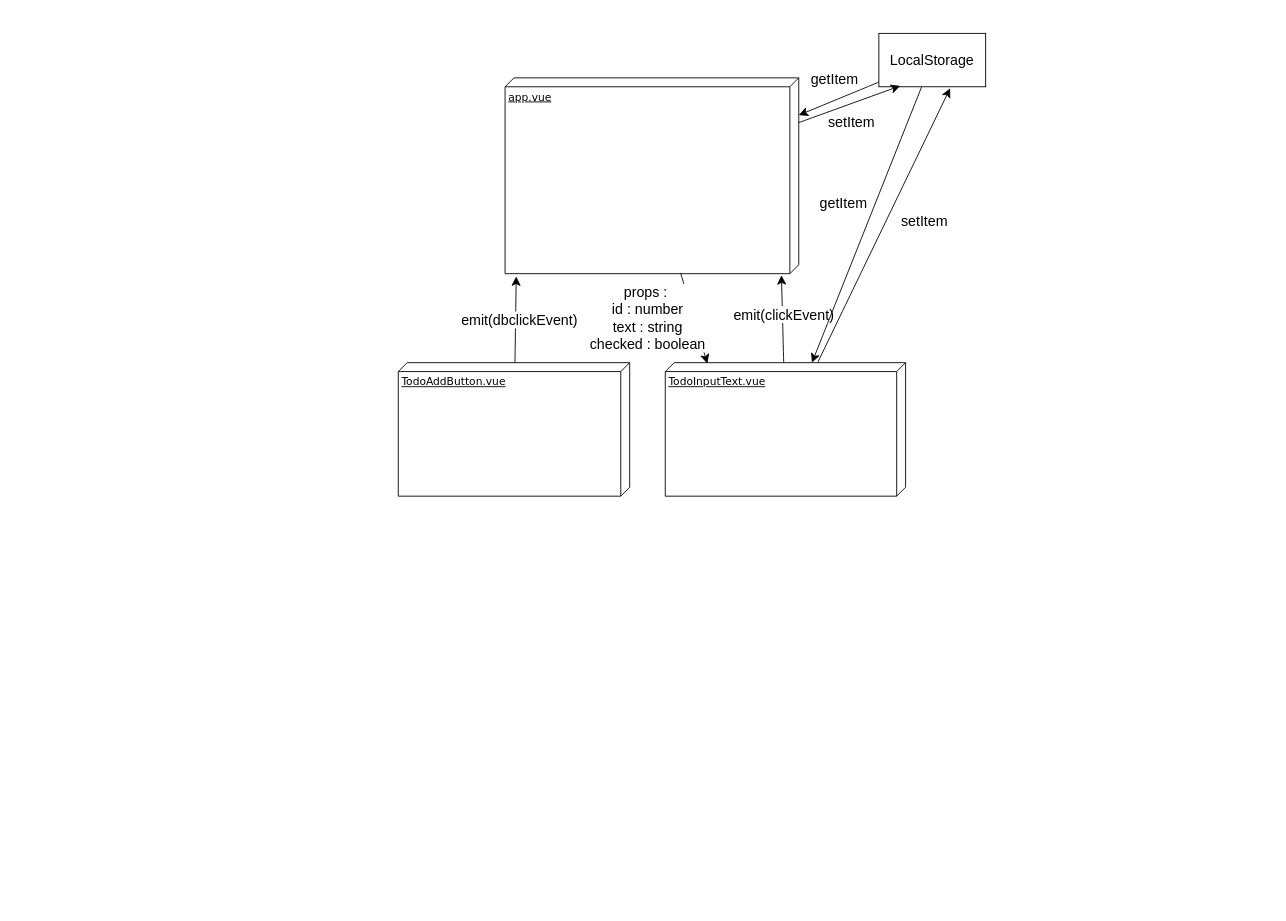
Before: vueTodo.drawio in MingGin/VueStudy, a draw.io diagram. Source tidied: cells renumbered, new cells numbered last; positions are measured from the earlier drawing's top-left corner, leaving out a move shared by most shapes. Both pictures are drawn from the tidied source at 89%, with x=0, y=0 at pixel (398, 33).
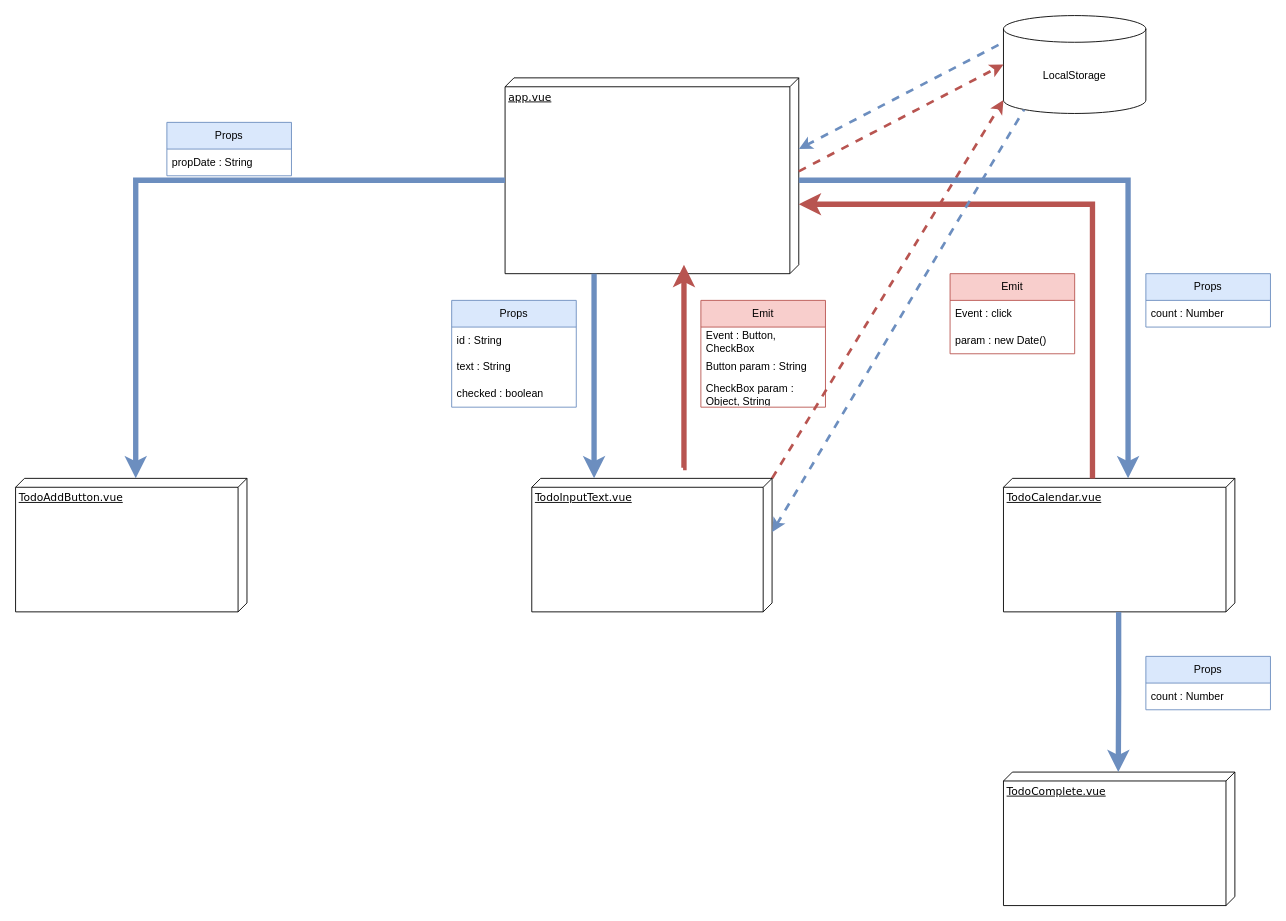
The same page after the edit.

The change refers to these unchanged cells:
```xml
<mxCell id="2" value="app.vue&lt;br&gt;" style="verticalAlign=top;align=left;spacingTop=8;spacingLeft=2;spacingRight=12;shape=cube;size=10;direction=south;fontStyle=4;html=1;rounded=0;shadow=0;comic=0;labelBackgroundColor=none;strokeWidth=1;fontFamily=Verdana;fontSize=12;" parent="1" vertex="1">
  <mxGeometry x="120" y="50" width="330" height="220" as="geometry" />
</mxCell>
```

The edit, as a diff of the source:
```diff
@@
+    <mxCell id="20" style="endArrow=classic;dashed=1;html=1;rounded=0;elbow=vertical;entryX=0;entryY=1;entryDx=0;entryDy=-15;entryPerimeter=0;strokeWidth=3;fillColor=#f8cecc;strokeColor=#b85450;endFill=1;" parent="1" edge="1" target="14">
+      <mxGeometry relative="1" as="geometry">
+        <mxPoint x="420" y="500" as="sourcePoint" />
+      </mxGeometry>
+    </mxCell>
@@
     <mxCell id="3" value="TodoAddButton.vue" style="verticalAlign=top;align=left;spacingTop=8;spacingLeft=2;spacingRight=12;shape=cube;size=10;direction=south;fontStyle=4;html=1;rounded=0;shadow=0;comic=0;labelBackgroundColor=none;strokeWidth=1;fontFamily=Verdana;fontSize=12;" parent="1" vertex="1">
-      <mxGeometry y="370" width="260" height="150" as="geometry" />
+      <mxGeometry x="-430" y="500" width="260" height="150" as="geometry" />
     </mxCell>
     <mxCell id="4" value="TodoInputText.vue" style="verticalAlign=top;align=left;spacingTop=8;spacingLeft=2;spacingRight=12;shape=cube;size=10;direction=south;fontStyle=4;html=1;rounded=0;shadow=0;comic=0;labelBackgroundColor=none;strokeWidth=1;fontFamily=Verdana;fontSize=12;" parent="1" vertex="1">
-      <mxGeometry x="300" y="370" width="270" height="150" as="geometry" />
+      <mxGeometry x="150" y="500" width="270" height="150" as="geometry" />
     </mxCell>
-    <mxCell id="5" style="edgeStyle=none;curved=1;rounded=0;jettySize=auto;html=1;entryX=1.008;entryY=0.059;entryDx=0;entryDy=0;entryPerimeter=0;fontSize=12;startSize=8;endSize=8;" parent="1" edge="1" source="4" target="2">
-      <mxGeometry relative="1" as="geometry" />
-    </mxCell>
-    <mxCell id="6" value="emit(clickEvent)" style="edgeLabel;html=1;align=center;verticalAlign=middle;fontSize=16;" parent="5" vertex="1">
-      <mxGeometry x="0.09" y="-1" relative="1" as="geometry" />
-    </mxCell>
-    <mxCell id="7" style="edgeStyle=none;curved=1;rounded=0;jettySize=auto;html=1;entryX=0.007;entryY=0.825;entryDx=0;entryDy=0;entryPerimeter=0;fontSize=12;startSize=8;endSize=8;" parent="1" edge="1" source="2" target="4">
-      <mxGeometry relative="1" as="geometry" />
-    </mxCell>
-    <mxCell id="8" value="props :&amp;nbsp;&lt;br&gt;id : number&lt;br&gt;text : string&lt;br&gt;checked : boolean" style="edgeLabel;html=1;align=center;verticalAlign=middle;fontSize=16;" parent="7" vertex="1">
-      <mxGeometry x="-0.44" y="2" relative="1" as="geometry">
-        <mxPoint x="-48" y="22" as="offset" />
-      </mxGeometry>
-    </mxCell>
-    <mxCell id="9" style="edgeStyle=none;curved=1;rounded=0;jettySize=auto;html=1;entryX=1.014;entryY=0.962;entryDx=0;entryDy=0;entryPerimeter=0;fontSize=12;startSize=8;endSize=8;" parent="1" edge="1" source="3" target="2">
-      <mxGeometry relative="1" as="geometry" />
-    </mxCell>
-    <mxCell id="10" value="emit(dbclickEvent)" style="edgeLabel;html=1;align=center;verticalAlign=middle;fontSize=16;" parent="9" vertex="1">
-      <mxGeometry x="0.02" y="-4" relative="1" as="geometry" />
-    </mxCell>
-    <mxCell id="11" style="edgeStyle=none;curved=1;rounded=0;jettySize=auto;html=1;fontSize=12;startSize=8;endSize=8;" parent="1" edge="1" source="14" target="2">
-      <mxGeometry relative="1" as="geometry" />
-    </mxCell>
-    <mxCell id="12" value="getItem" style="edgeLabel;html=1;align=center;verticalAlign=middle;fontSize=16;" parent="11" vertex="1">
-      <mxGeometry x="-0.02" relative="1" as="geometry">
-        <mxPoint x="-6" y="-23" as="offset" />
-      </mxGeometry>
-    </mxCell>
-    <mxCell id="13" style="edgeStyle=none;curved=1;rounded=0;jettySize=auto;html=1;fontSize=12;startSize=8;endSize=8;" parent="1" edge="1" source="14" target="4">
-      <mxGeometry relative="1" as="geometry" />
-    </mxCell>
+    <mxCell id="21" value="TodoCalendar.vue" style="verticalAlign=top;align=left;spacingTop=8;spacingLeft=2;spacingRight=12;shape=cube;size=10;direction=south;fontStyle=4;html=1;rounded=0;shadow=0;comic=0;labelBackgroundColor=none;strokeWidth=1;fontFamily=Verdana;fontSize=12;" parent="1" vertex="1">
+      <mxGeometry x="680" y="500" width="260" height="150" as="geometry" />
+    </mxCell>
+    <mxCell id="22" value="TodoComplete.vue" style="verticalAlign=top;align=left;spacingTop=8;spacingLeft=2;spacingRight=12;shape=cube;size=10;direction=south;fontStyle=4;html=1;rounded=0;shadow=0;comic=0;labelBackgroundColor=none;strokeWidth=1;fontFamily=Verdana;fontSize=12;" parent="1" vertex="1">
+      <mxGeometry x="680" y="830" width="260" height="150" as="geometry" />
+    </mxCell>
-    <mxCell id="14" value="LocalStorage" style="rounded=0;whiteSpace=wrap;html=1;fontSize=16;" parent="1" vertex="1">
-      <mxGeometry x="540" width="120" height="60" as="geometry" />
+    <mxCell id="14" value="LocalStorage" style="shape=cylinder3;whiteSpace=wrap;html=1;boundedLbl=1;backgroundOutline=1;size=15;" parent="1" vertex="1">
+      <mxGeometry x="680" y="-20" width="160" height="110" as="geometry" />
     </mxCell>
+    <mxCell id="23" style="edgeStyle=elbowEdgeStyle;rounded=0;orthogonalLoop=1;jettySize=auto;elbow=vertical;html=1;strokeWidth=6;fillColor=#dae8fc;strokeColor=#6c8ebf;" parent="1" edge="1">
+      <mxGeometry relative="1" as="geometry">
+        <mxPoint x="220" y="270" as="sourcePoint" />
+        <mxPoint x="220" y="500" as="targetPoint" />
+        <Array as="points">
+          <mxPoint x="220" y="400" />
+        </Array>
+      </mxGeometry>
+    </mxCell>
+    <mxCell id="24" style="edgeStyle=elbowEdgeStyle;rounded=0;jettySize=auto;html=1;entryX=0;entryY=0;entryDx=0;entryDy=125;entryPerimeter=0;exitX=0;exitY=0;exitDx=115;exitDy=330;exitPerimeter=0;fillColor=#dae8fc;strokeColor=#6c8ebf;strokeWidth=6;" parent="1" edge="1" source="2" target="3">
+      <mxGeometry relative="1" as="geometry">
+        <Array as="points">
+          <mxPoint x="-295" y="330" />
+        </Array>
+      </mxGeometry>
+    </mxCell>
+    <mxCell id="25" style="edgeStyle=elbowEdgeStyle;rounded=0;orthogonalLoop=1;jettySize=auto;html=1;exitX=0;exitY=0;exitDx=115;exitDy=330;exitPerimeter=0;fillColor=#dae8fc;strokeColor=#6c8ebf;strokeWidth=6;" parent="1" edge="1">
+      <mxGeometry relative="1" as="geometry">
+        <mxPoint x="450" y="165" as="sourcePoint" />
+        <mxPoint x="820" y="500" as="targetPoint" />
+        <Array as="points">
+          <mxPoint x="820" y="190" />
+        </Array>
+      </mxGeometry>
+    </mxCell>
+    <mxCell id="26" style="edgeStyle=elbowEdgeStyle;rounded=0;orthogonalLoop=1;jettySize=auto;elbow=vertical;html=1;strokeWidth=6;fillColor=#dae8fc;strokeColor=#6c8ebf;" parent="1" edge="1">
+      <mxGeometry relative="1" as="geometry">
+        <mxPoint x="809.4" y="650" as="sourcePoint" />
+        <mxPoint x="809" y="830" as="targetPoint" />
+      </mxGeometry>
+    </mxCell>
+    <mxCell id="27" style="edgeStyle=elbowEdgeStyle;rounded=0;orthogonalLoop=1;jettySize=auto;html=1;fillColor=#f8cecc;strokeColor=#b85450;strokeWidth=6;entryX=0.632;entryY=1.01;entryDx=0;entryDy=0;entryPerimeter=0;" parent="1" edge="1">
+      <mxGeometry relative="1" as="geometry">
+        <mxPoint x="320" y="488" as="sourcePoint" />
+        <mxPoint x="321" y="260" as="targetPoint" />
+      </mxGeometry>
+    </mxCell>
+    <mxCell id="28" style="edgeStyle=elbowEdgeStyle;rounded=0;jettySize=auto;html=1;fillColor=#f8cecc;strokeColor=#b85450;strokeWidth=6;entryX=0.632;entryY=1.01;entryDx=0;entryDy=0;entryPerimeter=0;" parent="1" edge="1" source="21">
+      <mxGeometry relative="1" as="geometry">
+        <mxPoint x="450" y="192" as="targetPoint" />
+        <Array as="points">
+          <mxPoint x="780" y="360" />
+        </Array>
+      </mxGeometry>
+    </mxCell>
+    <mxCell id="29" value="Props" style="swimlane;fontStyle=0;horizontal=1;startSize=30;whiteSpace=wrap;html=1;fillColor=#dae8fc;strokeColor=#6c8ebf;" parent="1" vertex="1">
+      <mxGeometry x="60" y="300" width="140" height="120" as="geometry" />
+    </mxCell>
+    <mxCell id="30" value="id : String" style="text;strokeColor=none;fillColor=none;align=left;verticalAlign=middle;spacingLeft=4;spacingRight=4;overflow=hidden;whiteSpace=wrap;html=1;" parent="29" vertex="1">
+      <mxGeometry y="30" width="140" height="30" as="geometry" />
+    </mxCell>
+    <mxCell id="31" value="text : String" style="text;strokeColor=none;fillColor=none;align=left;verticalAlign=middle;spacingLeft=4;spacingRight=4;overflow=hidden;whiteSpace=wrap;html=1;" parent="29" vertex="1">
+      <mxGeometry y="60" width="140" height="30" as="geometry" />
+    </mxCell>
+    <mxCell id="32" value="checked : boolean" style="text;strokeColor=none;fillColor=none;align=left;verticalAlign=middle;spacingLeft=4;spacingRight=4;overflow=hidden;whiteSpace=wrap;html=1;" parent="29" vertex="1">
+      <mxGeometry y="90" width="140" height="30" as="geometry" />
+    </mxCell>
+    <mxCell id="33" value="Props" style="swimlane;fontStyle=0;horizontal=1;startSize=30;whiteSpace=wrap;html=1;fillColor=#dae8fc;strokeColor=#6c8ebf;" parent="1" vertex="1">
+      <mxGeometry x="-260" y="100" width="140" height="60" as="geometry" />
+    </mxCell>
+    <mxCell id="34" value="propDate : String" style="text;strokeColor=none;fillColor=none;align=left;verticalAlign=middle;spacingLeft=4;spacingRight=4;overflow=hidden;whiteSpace=wrap;html=1;" parent="33" vertex="1">
+      <mxGeometry y="30" width="140" height="30" as="geometry" />
+    </mxCell>
+    <mxCell id="35" value="Props" style="swimlane;fontStyle=0;horizontal=1;startSize=30;whiteSpace=wrap;html=1;fillColor=#dae8fc;strokeColor=#6c8ebf;" parent="1" vertex="1">
+      <mxGeometry x="840" y="270" width="140" height="60" as="geometry" />
+    </mxCell>
+    <mxCell id="36" value="count : Number" style="text;strokeColor=none;fillColor=none;align=left;verticalAlign=middle;spacingLeft=4;spacingRight=4;overflow=hidden;whiteSpace=wrap;html=1;" parent="35" vertex="1">
+      <mxGeometry y="30" width="140" height="30" as="geometry" />
+    </mxCell>
+    <mxCell id="37" value="Props" style="swimlane;fontStyle=0;horizontal=1;startSize=30;whiteSpace=wrap;html=1;fillColor=#dae8fc;strokeColor=#6c8ebf;" parent="1" vertex="1">
+      <mxGeometry x="840" y="700" width="140" height="60" as="geometry" />
+    </mxCell>
+    <mxCell id="38" value="count : Number" style="text;strokeColor=none;fillColor=none;align=left;verticalAlign=middle;spacingLeft=4;spacingRight=4;overflow=hidden;whiteSpace=wrap;html=1;" parent="37" vertex="1">
+      <mxGeometry y="30" width="140" height="30" as="geometry" />
+    </mxCell>
+    <mxCell id="39" value="Emit" style="swimlane;fontStyle=0;horizontal=1;startSize=30;whiteSpace=wrap;html=1;fillColor=#f8cecc;strokeColor=#b85450;" parent="1" vertex="1">
+      <mxGeometry x="620" y="270" width="140" height="90" as="geometry" />
+    </mxCell>
+    <mxCell id="40" value="Event :&amp;nbsp;click" style="text;strokeColor=none;fillColor=none;align=left;verticalAlign=middle;spacingLeft=4;spacingRight=4;overflow=hidden;whiteSpace=wrap;html=1;" parent="39" vertex="1">
+      <mxGeometry y="30" width="140" height="30" as="geometry" />
+    </mxCell>
+    <mxCell id="41" value="param :&amp;nbsp;new Date()" style="text;strokeColor=none;fillColor=none;align=left;verticalAlign=middle;spacingLeft=4;spacingRight=4;overflow=hidden;whiteSpace=wrap;html=1;" parent="39" vertex="1">
+      <mxGeometry y="60" width="140" height="30" as="geometry" />
+    </mxCell>
+    <mxCell id="42" value="Emit" style="swimlane;fontStyle=0;horizontal=1;startSize=30;whiteSpace=wrap;html=1;fillColor=#f8cecc;strokeColor=#b85450;" parent="1" vertex="1">
+      <mxGeometry x="340" y="300" width="140" height="120" as="geometry" />
+    </mxCell>
+    <mxCell id="43" value="Event : Button, CheckBox" style="text;strokeColor=none;fillColor=none;align=left;verticalAlign=middle;spacingLeft=4;spacingRight=4;overflow=hidden;whiteSpace=wrap;html=1;" parent="42" vertex="1">
+      <mxGeometry y="30" width="140" height="30" as="geometry" />
+    </mxCell>
+    <mxCell id="44" value="Button param : String" style="text;strokeColor=none;fillColor=none;align=left;verticalAlign=middle;spacingLeft=4;spacingRight=4;overflow=hidden;whiteSpace=wrap;html=1;" parent="42" vertex="1">
+      <mxGeometry y="60" width="140" height="30" as="geometry" />
+    </mxCell>
+    <mxCell id="45" value="CheckBox param : Object, String" style="text;strokeColor=none;fillColor=none;align=left;verticalAlign=middle;spacingLeft=4;spacingRight=4;overflow=hidden;whiteSpace=wrap;html=1;" parent="42" vertex="1">
+      <mxGeometry y="90" width="140" height="30" as="geometry" />
+    </mxCell>
-    <mxCell id="15" style="edgeStyle=none;curved=1;rounded=0;jettySize=auto;html=1;entryX=0.2;entryY=0.983;entryDx=0;entryDy=0;entryPerimeter=0;fontSize=12;startSize=8;endSize=8;" parent="1" edge="1" source="2" target="14">
+    <mxCell id="15" style="endArrow=classic;dashed=1;html=1;rounded=0;elbow=vertical;entryX=0;entryY=0.5;entryDx=0;entryDy=0;entryPerimeter=0;strokeWidth=3;fillColor=#f8cecc;strokeColor=#b85450;endFill=1;exitX=0;exitY=0;exitDx=105;exitDy=0;exitPerimeter=0;" parent="1" edge="1" source="2" target="14">
       <mxGeometry relative="1" as="geometry" />
     </mxCell>
-    <mxCell id="16" value="setItem" style="edgeLabel;html=1;align=center;verticalAlign=middle;fontSize=16;" parent="15" vertex="1">
-      <mxGeometry y="-4" relative="1" as="geometry">
-        <mxPoint y="16" as="offset" />
-      </mxGeometry>
-    </mxCell>
-    <mxCell id="17" style="edgeStyle=none;curved=1;rounded=0;jettySize=auto;html=1;entryX=0.667;entryY=1.028;entryDx=0;entryDy=0;entryPerimeter=0;fontSize=12;startSize=8;endSize=8;" parent="1" edge="1" source="4" target="14">
+    <mxCell id="17" style="endArrow=none;dashed=1;html=1;rounded=0;elbow=vertical;entryX=0.145;entryY=1;entryDx=0;entryDy=-4.35;entryPerimeter=0;strokeWidth=3;fillColor=#dae8fc;strokeColor=#6c8ebf;endFill=0;exitX=0.401;exitY=-0.001;exitDx=0;exitDy=0;exitPerimeter=0;startArrow=classic;startFill=1;" parent="1" edge="1" source="4" target="14">
       <mxGeometry relative="1" as="geometry" />
     </mxCell>
-    <mxCell id="18" value="getItem" style="edgeLabel;html=1;align=center;verticalAlign=middle;fontSize=16;" parent="1" vertex="1">
-      <mxGeometry x="499.6" y="190" as="geometry" />
-    </mxCell>
-    <mxCell id="19" value="setItem" style="edgeLabel;html=1;align=center;verticalAlign=middle;fontSize=16;" parent="1" vertex="1">
-      <mxGeometry x="590" y="210" as="geometry" />
-    </mxCell>
+    <mxCell id="46" style="endArrow=none;dashed=1;html=1;rounded=0;elbow=vertical;entryX=0;entryY=0.5;entryDx=0;entryDy=0;entryPerimeter=0;strokeWidth=3;fillColor=#dae8fc;strokeColor=#6c8ebf;endFill=0;exitX=0;exitY=0;exitDx=105;exitDy=0;exitPerimeter=0;startArrow=classic;startFill=1;" parent="1" edge="1">
+      <mxGeometry relative="1" as="geometry">
+        <mxPoint x="450" y="130" as="sourcePoint" />
+        <mxPoint x="680" y="10" as="targetPoint" />
+      </mxGeometry>
+    </mxCell>
```
